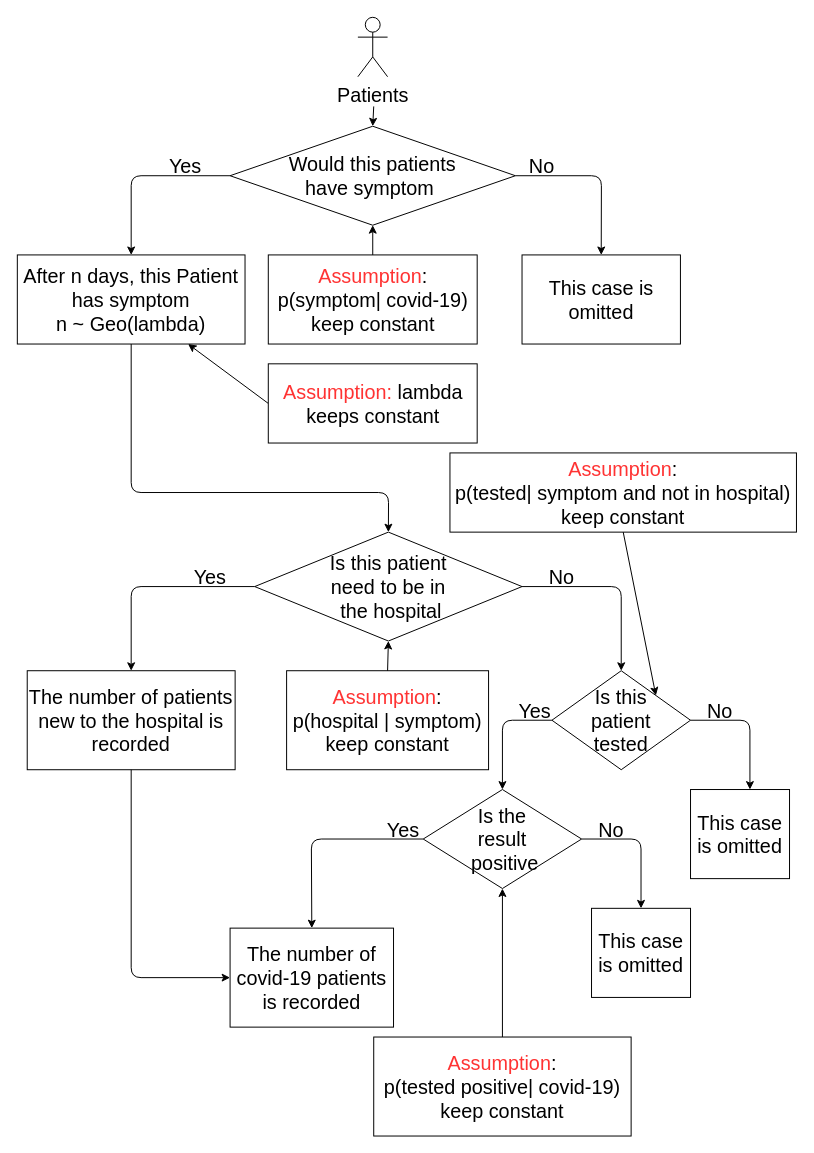
whlduzou/Final-Project-Wang-Hanlin keeps this draw.io diagram as binomialtrees.drawio. Above is the earlier version. Source tidied: cells renumbered, new cells numbered last; positions are measured from the earlier drawing's top-left corner, leaving out a move shared by most shapes. Both pictures are drawn from the tidied source at 99%, with x=0, y=0 at pixel (17, 17).
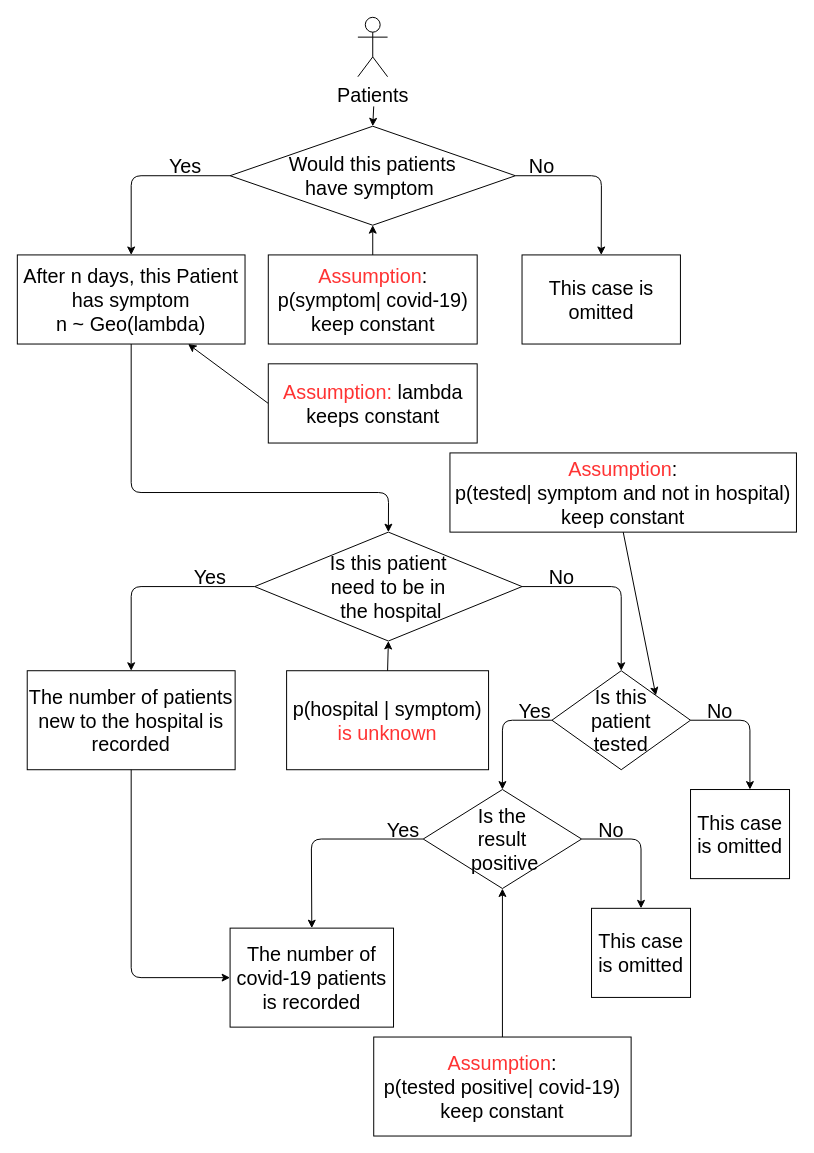
The same diagram, later.

Diff of the diagram source:
```diff
@@
-    <mxCell id="21" value="&lt;font style=&quot;font-size: 20px&quot;&gt;&lt;font color=&quot;#ff3333&quot;&gt;Assumption&lt;/font&gt;:&lt;br&gt;p(hospital | symptom) &lt;br&gt;keep constant&lt;/font&gt;" style="rounded=0;whiteSpace=wrap;html=1;" parent="1" vertex="1">
+    <mxCell id="21" value="&lt;font style=&quot;font-size: 20px&quot;&gt;p(hospital | symptom) &lt;br&gt;&lt;font color=&quot;#ff3333&quot;&gt;is unknown&lt;/font&gt;&lt;br&gt;&lt;/font&gt;" style="rounded=0;whiteSpace=wrap;html=1;" parent="1" vertex="1">
       <mxGeometry x="272" y="660" width="204" height="100" as="geometry" />
     </mxCell>
```
